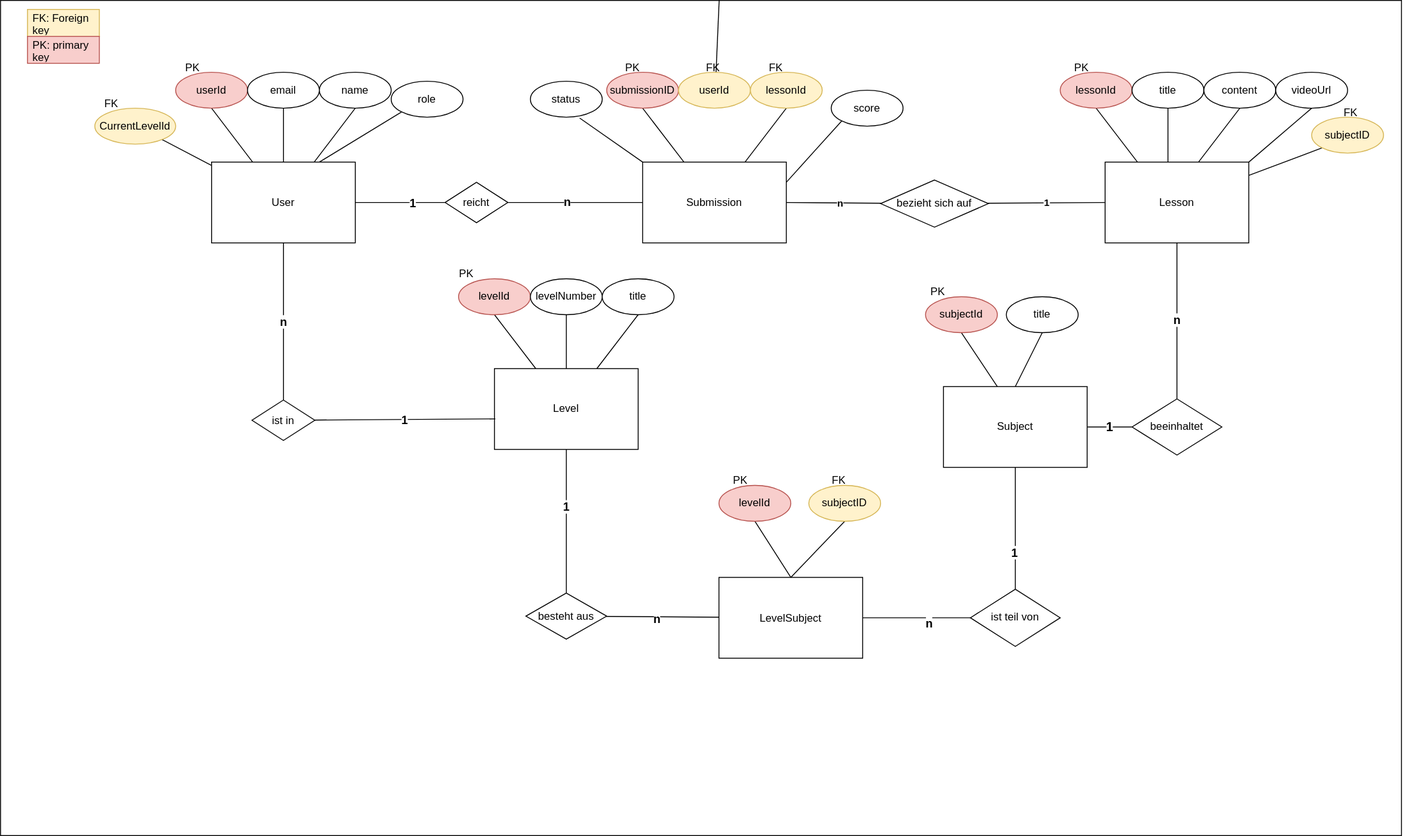
The draw.io diagram docs/Visuals/er_diagram.drawio.svg in husse786/stellarcompass, before a commit. Source tidied: cells renumbered, new cells last; positions are measured from the earlier drawing's top-left corner, leaving out a move shared by most shapes.
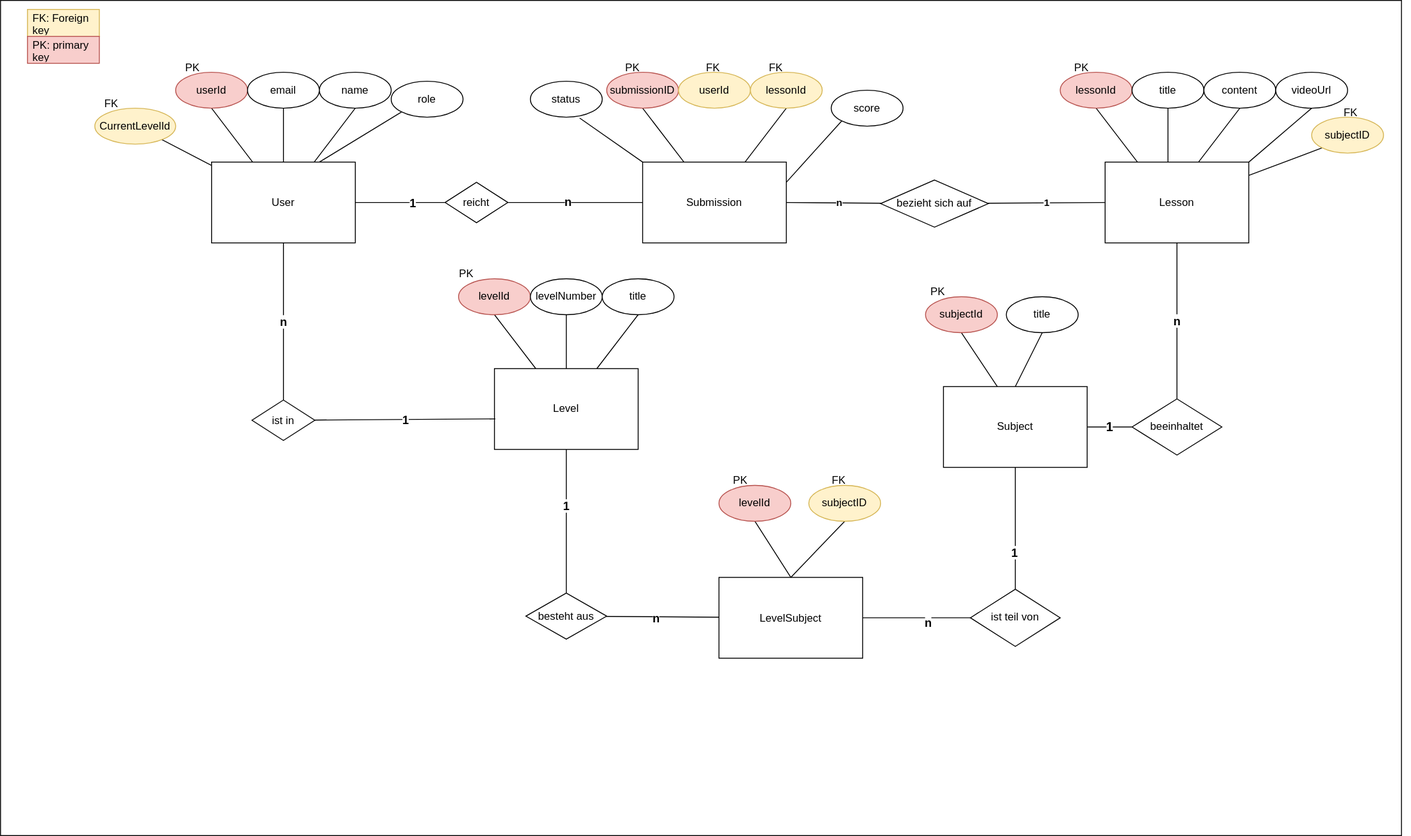
Later version of the same file.

Commit message:
Board (creating, exploring and Eval) is created and diagram has been updated

What changed in the source:
```diff
@@ -256,9 +256,6 @@
         <mxPoint x="761" y="180" as="sourcePoint" />
       </mxGeometry>
     </mxCell>
-    <mxCell id="80" style="edgeStyle=none;html=1;entryX=0.5;entryY=1;entryDx=0;entryDy=0;endArrow=none;endFill=0;" parent="1" edge="1" source="2" target="83">
-      <mxGeometry relative="1" as="geometry" />
-    </mxCell>
     <mxCell id="81" style="edgeStyle=none;html=1;entryX=0.5;entryY=1;entryDx=0;entryDy=0;endArrow=none;endFill=0;" parent="1" edge="1" target="84">
       <mxGeometry relative="1" as="geometry">
         <mxPoint x="829" y="180" as="sourcePoint" />
```
